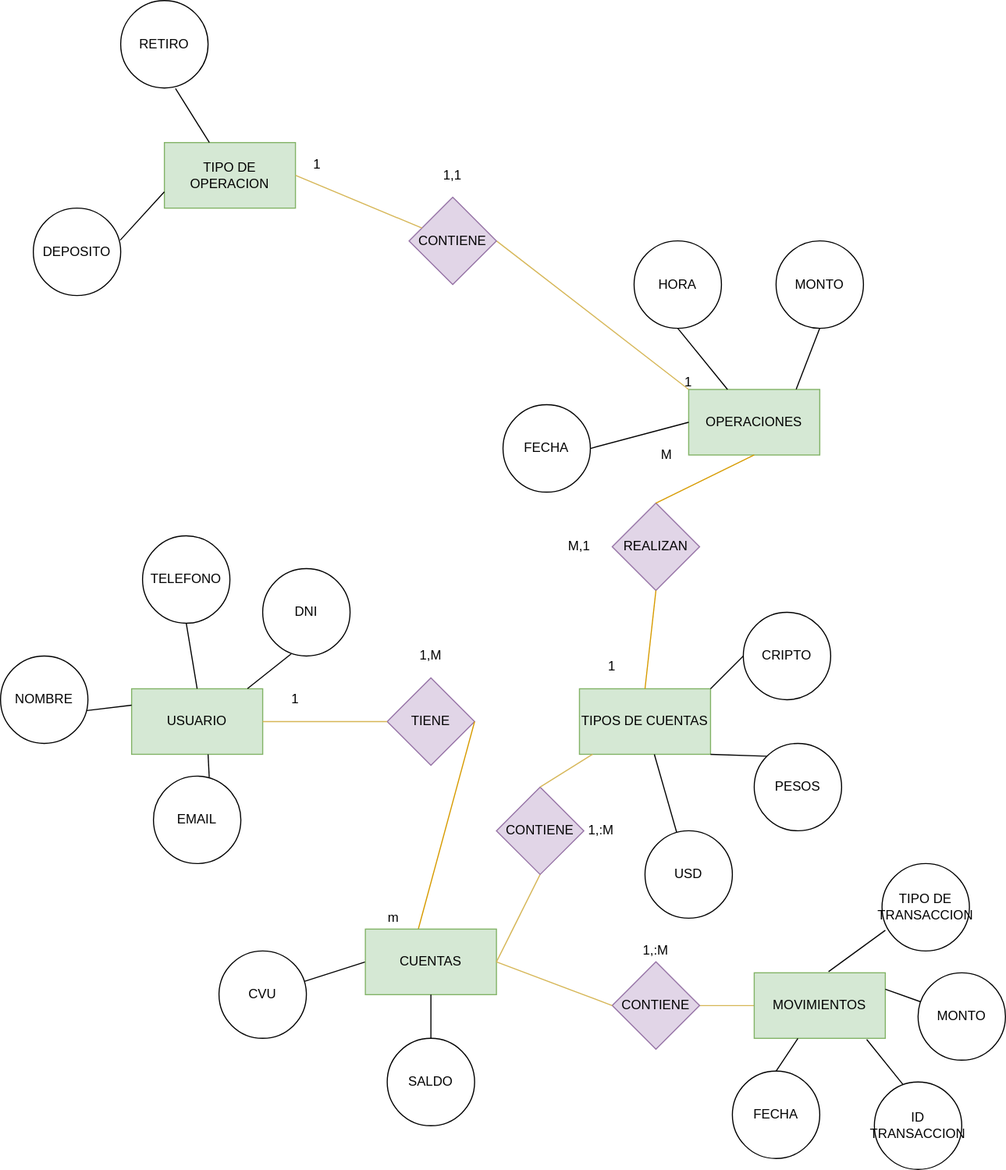
This is Diagrama sin título.drawio.svg from Lauga2022/APP, a draw.io export, as it was before one commit. Source tidied: cells renumbered, new cells last; positions are measured from the earlier drawing's top-left corner, leaving out a move shared by most shapes.
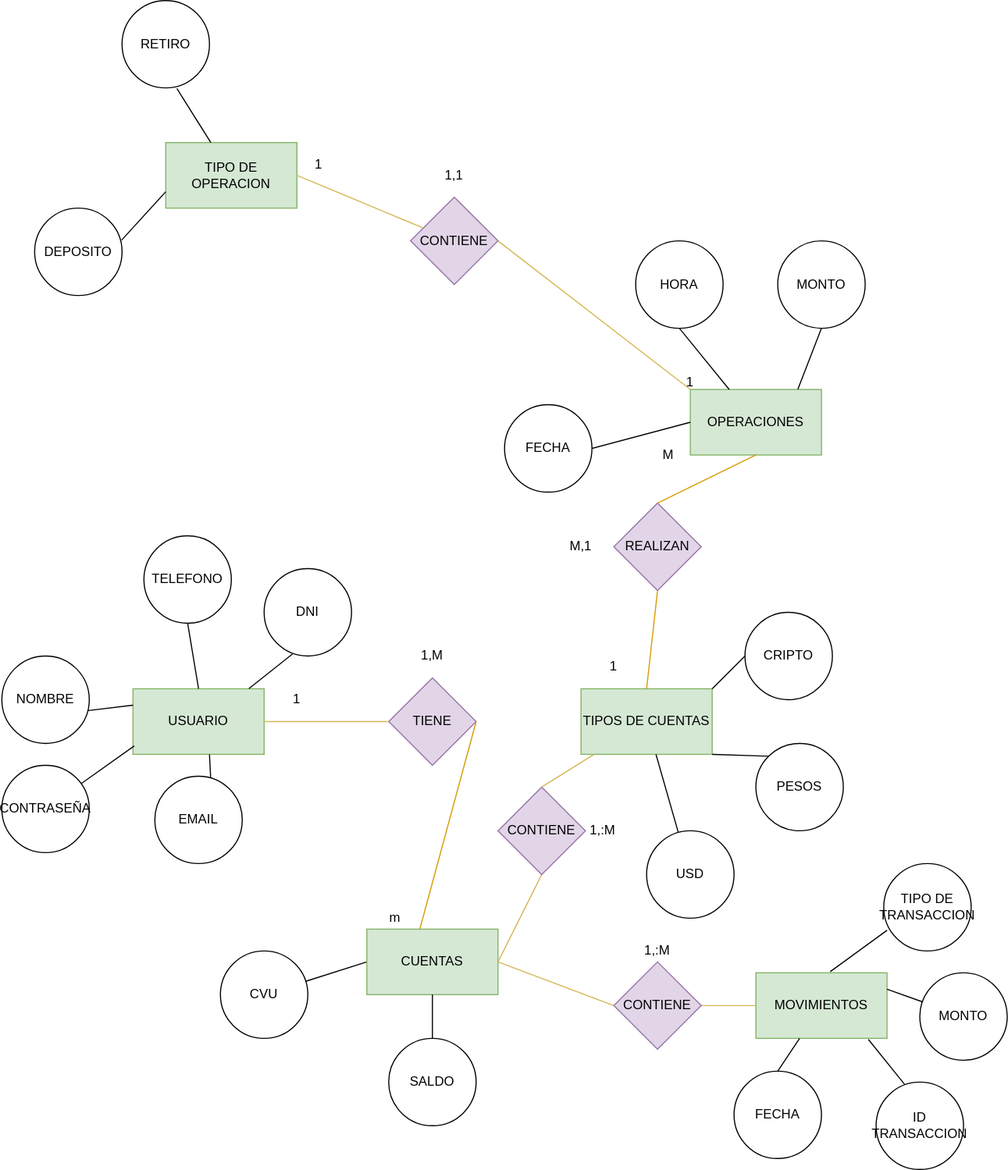
Above is the later version.

What changed in the source:
```diff
@@ -213,5 +213,11 @@
     <mxCell id="69" style="endArrow=none;html=1;rounded=0;exitX=0.5;exitY=0;exitDx=0;exitDy=0;" parent="1" edge="1" source="62" target="60">
       <mxGeometry relative="1" as="geometry" />
     </mxCell>
+    <mxCell id="70" value="CONTRASEÑA" style="ellipse;whiteSpace=wrap;html=1;" parent="1" vertex="1">
+      <mxGeometry y="700" width="80" height="80" as="geometry" />
+    </mxCell>
+    <mxCell id="71" style="endArrow=none;html=1;rounded=0;entryX=0.01;entryY=0.872;entryDx=0;entryDy=0;entryPerimeter=0;" parent="1" edge="1" source="70" target="2">
+      <mxGeometry relative="1" as="geometry" />
+    </mxCell>
   </root>
 </mxGraphModel>
```
